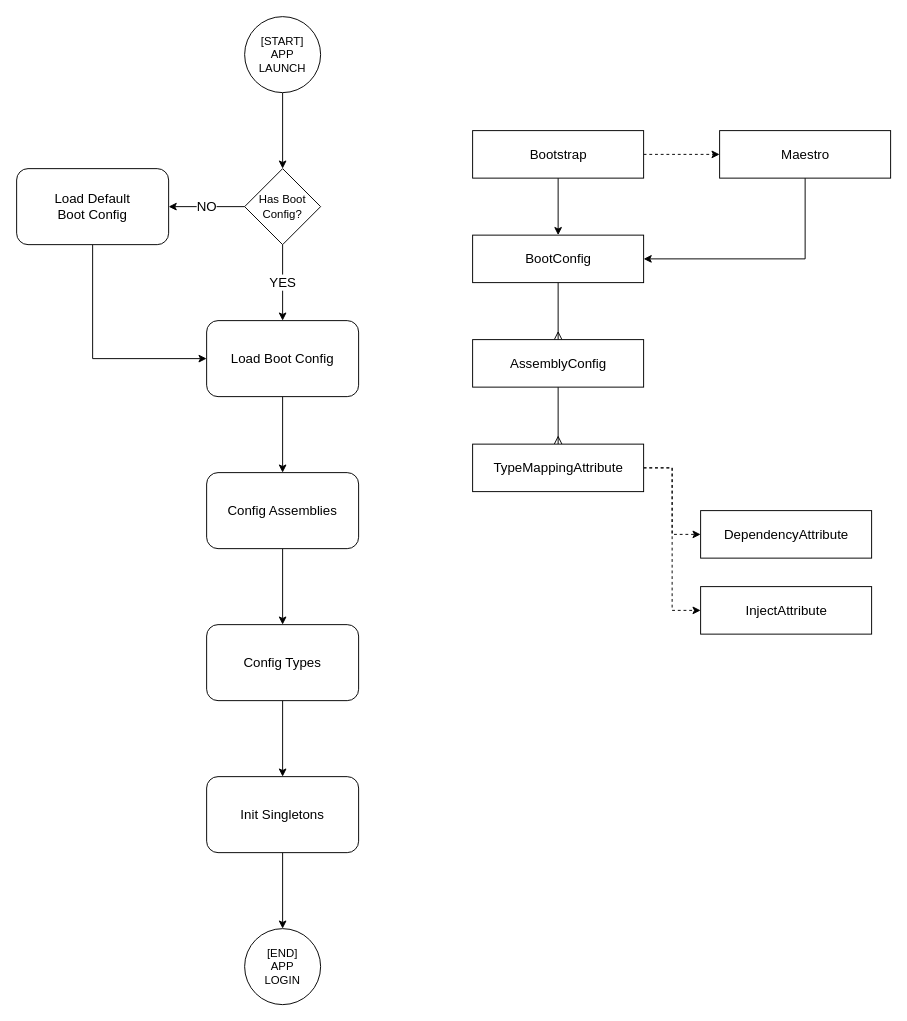
The draw.io diagram docs/IOC.drawio in supermax/maestro, before the edit. Source tidied: cells renumbered, new cells numbered last; positions are measured from the earlier drawing's top-left corner, leaving out a move shared by most shapes. Both pictures are drawn from the tidied source at 95%, with x=0, y=0 at pixel (16, 16).
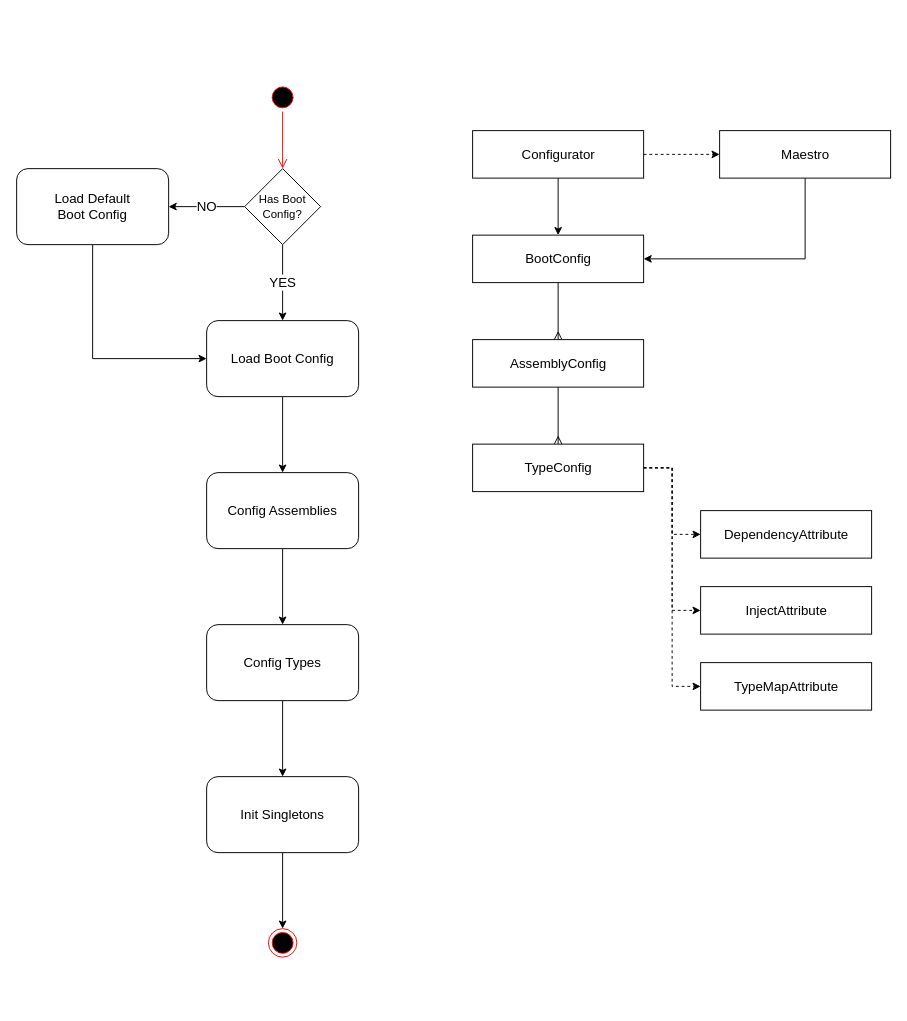
The same page after the edit.

Unchanged cells that the change refers to:
```xml
<mxCell id="8" value="Has Boot&lt;br style=&quot;font-size: 12px;&quot;&gt;Config?" style="rhombus;whiteSpace=wrap;html=1;fontSize=12;" parent="1" vertex="1">
  <mxGeometry x="240" y="160" width="80" height="80" as="geometry" />
</mxCell>
<mxCell id="16" value="Init Singletons" style="rounded=1;whiteSpace=wrap;html=1;fontSize=14;" parent="1" vertex="1">
  <mxGeometry x="200" y="800" width="160" height="80" as="geometry" />
</mxCell>
```

The edit, as a diff of the source:
```diff
@@
-    <mxCell id="2" style="edgeStyle=orthogonalEdgeStyle;rounded=0;jettySize=auto;html=1;fontSize=14;" parent="1" edge="1" source="3" target="8">
-      <mxGeometry relative="1" as="geometry" />
-    </mxCell>
-    <mxCell id="3" value="[START]&lt;br style=&quot;font-size: 12px;&quot;&gt;APP&lt;br style=&quot;font-size: 12px;&quot;&gt;LAUNCH" style="ellipse;whiteSpace=wrap;html=1;fontSize=12;" parent="1" vertex="1">
-      <mxGeometry x="240" width="80" height="80" as="geometry" />
-    </mxCell>
@@
-    <mxCell id="15" style="edgeStyle=orthogonalEdgeStyle;rounded=0;jettySize=auto;html=1;fontSize=12;" parent="1" edge="1" source="16" target="17">
-      <mxGeometry relative="1" as="geometry" />
-    </mxCell>
+    <mxCell id="32" style="edgeStyle=orthogonalEdgeStyle;rounded=0;jettySize=auto;html=1;entryX=0.5;entryY=0;entryDx=0;entryDy=0;endArrow=classic;endFill=1;fontSize=14;" parent="1" edge="1" source="16" target="36">
+      <mxGeometry relative="1" as="geometry" />
+    </mxCell>
@@
-    <mxCell id="17" value="[END]&lt;br&gt;APP&lt;br&gt;LOGIN" style="ellipse;whiteSpace=wrap;html=1;fontSize=12;" parent="1" vertex="1">
-      <mxGeometry x="240" y="960" width="80" height="80" as="geometry" />
-    </mxCell>
@@
-    <mxCell id="20" value="Bootstrap" style="html=1;fontSize=14;" parent="1" vertex="1">
+    <mxCell id="20" value="Configurator" style="html=1;fontSize=14;" parent="1" vertex="1">
       <mxGeometry x="480" y="120" width="180" height="50" as="geometry" />
     </mxCell>
@@
+    <mxCell id="33" style="edgeStyle=orthogonalEdgeStyle;rounded=0;jettySize=auto;html=1;entryX=0;entryY=0.5;entryDx=0;entryDy=0;dashed=1;" parent="1" edge="1" source="27" target="37">
+      <mxGeometry relative="1" as="geometry" />
+    </mxCell>
-    <mxCell id="27" value="TypeMappingAttribute" style="html=1;fontSize=14;" parent="1" vertex="1">
+    <mxCell id="27" value="TypeConfig" style="html=1;fontSize=14;" parent="1" vertex="1">
       <mxGeometry x="480" y="450" width="180" height="50" as="geometry" />
     </mxCell>
@@
+    <mxCell id="34" style="ellipse;html=1;shape=startState;fillColor=#000000;strokeColor=#ff0000;fontSize=14;" parent="1" vertex="1">
+      <mxGeometry x="265" y="70" width="30" height="30" as="geometry" />
+    </mxCell>
+    <mxCell id="35" style="edgeStyle=orthogonalEdgeStyle;html=1;verticalAlign=bottom;endArrow=open;endSize=8;strokeColor=#ff0000;fontSize=14;entryX=0.5;entryY=0;entryDx=0;entryDy=0;" parent="1" edge="1" source="34" target="8">
+      <mxGeometry relative="1" as="geometry" />
+    </mxCell>
+    <mxCell id="36" style="ellipse;html=1;shape=endState;fillColor=#000000;strokeColor=#ff0000;fontSize=14;" parent="1" vertex="1">
+      <mxGeometry x="265" y="960" width="30" height="30" as="geometry" />
+    </mxCell>
+    <mxCell id="37" value="TypeMapAttribute" style="html=1;fontSize=14;" parent="1" vertex="1">
+      <mxGeometry x="720" y="680" width="180" height="50" as="geometry" />
+    </mxCell>
```
